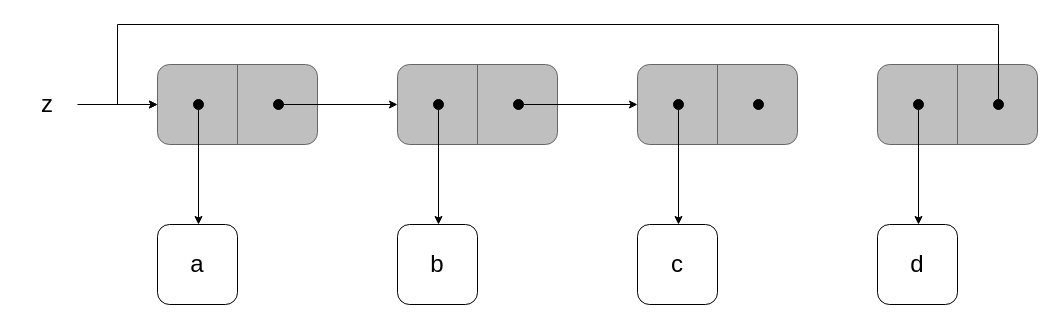
renatofq/sicp-exercises keeps this draw.io diagram as scratch/3_13-boxes.drawio. Above is the earlier version. Source tidied: cells renumbered, new cells numbered last; positions are measured from the earlier drawing's top-left corner, leaving out a move shared by most shapes. Both pictures are drawn from the tidied source at 100%, with x=0, y=0 at pixel (17, 24).
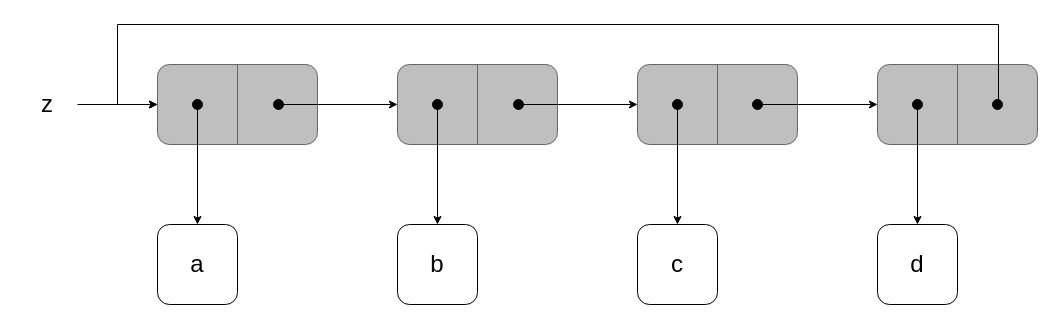
After the change.

Commit message (it also covers changes not shown here):
fix missing arrow at 3.13

The change refers to these unchanged cells:
```xml
<mxCell id="2" style="group;" parent="1" vertex="1">
  <mxGeometry x="140" y="40" width="160" height="80" as="geometry" />
</mxCell>
<mxCell id="9" style="rounded=1;whiteSpace=wrap;html=1;" parent="8" vertex="1">
  <mxGeometry width="80" height="80" as="geometry" />
</mxCell>
<mxCell id="15" style="rounded=1;whiteSpace=wrap;html=1;" parent="14" vertex="1">
  <mxGeometry width="80" height="80" as="geometry" />
</mxCell>
<mxCell id="17" style="group;" parent="1" vertex="1">
  <mxGeometry x="620" y="40" width="160" height="80" as="geometry" />
</mxCell>
<mxCell id="24" style="rounded=1;whiteSpace=wrap;html=1;" parent="23" vertex="1">
  <mxGeometry width="80" height="80" as="geometry" />
</mxCell>
<mxCell id="27" style="rounded=1;whiteSpace=wrap;html=1;" parent="26" vertex="1">
  <mxGeometry width="80" height="80" as="geometry" />
</mxCell>
<mxCell id="29" style="group;" parent="1" vertex="1">
  <mxGeometry x="380" y="40" width="160" height="80" as="geometry" />
</mxCell>
<mxCell id="36" style="group;" parent="1" vertex="1">
  <mxGeometry x="860" y="40" width="160" height="80" as="geometry" />
</mxCell>
<mxCell id="37" style="rounded=1;whiteSpace=wrap;html=1;fillColor=#BFBFBF;fontColor=#333333;strokeColor=#666666;" parent="36" vertex="1">
  <mxGeometry width="160" height="80" as="geometry" />
</mxCell>
```

Diff of the diagram source:
```diff
@@
-    <mxCell id="5" style="edgeStyle=orthogonalEdgeStyle;rounded=0;jettySize=auto;html=1;" parent="2" edge="1" source="6">
-      <mxGeometry relative="1" as="geometry">
-        <mxPoint x="41" y="160" as="targetPoint" />
-      </mxGeometry>
-    </mxCell>
     <mxCell id="6" style="ellipse;whiteSpace=wrap;html=1;fillColor=#000000;" parent="2" vertex="1">
-      <mxGeometry x="36" y="35" width="10" height="10" as="geometry" />
+      <mxGeometry x="35" y="35" width="10" height="10" as="geometry" />
     </mxCell>
@@
-    <mxCell id="20" style="edgeStyle=orthogonalEdgeStyle;rounded=0;jettySize=auto;html=1;" parent="17" edge="1" source="21">
-      <mxGeometry relative="1" as="geometry">
-        <mxPoint x="41" y="160" as="targetPoint" />
-      </mxGeometry>
-    </mxCell>
     <mxCell id="21" style="ellipse;whiteSpace=wrap;html=1;fillColor=#000000;" parent="17" vertex="1">
-      <mxGeometry x="36" y="35" width="10" height="10" as="geometry" />
+      <mxGeometry x="35" y="35" width="10" height="10" as="geometry" />
     </mxCell>
     <mxCell id="22" style="ellipse;whiteSpace=wrap;html=1;fillColor=#000000;" parent="17" vertex="1">
-      <mxGeometry x="116" y="35" width="10" height="10" as="geometry" />
+      <mxGeometry x="115" y="35" width="10" height="10" as="geometry" />
     </mxCell>
@@
-    <mxCell id="32" style="edgeStyle=orthogonalEdgeStyle;rounded=0;jettySize=auto;html=1;" parent="29" edge="1" source="33">
-      <mxGeometry relative="1" as="geometry">
-        <mxPoint x="41" y="160" as="targetPoint" />
-      </mxGeometry>
-    </mxCell>
     <mxCell id="33" style="ellipse;whiteSpace=wrap;html=1;fillColor=#000000;" parent="29" vertex="1">
-      <mxGeometry x="36" y="35" width="10" height="10" as="geometry" />
+      <mxGeometry x="35" y="35" width="10" height="10" as="geometry" />
     </mxCell>
@@
-    <mxCell id="39" style="edgeStyle=orthogonalEdgeStyle;rounded=0;jettySize=auto;html=1;" parent="36" edge="1" source="40">
-      <mxGeometry relative="1" as="geometry">
-        <mxPoint x="41" y="160" as="targetPoint" />
-      </mxGeometry>
-    </mxCell>
     <mxCell id="40" style="ellipse;whiteSpace=wrap;html=1;fillColor=#000000;" parent="36" vertex="1">
-      <mxGeometry x="36" y="35" width="10" height="10" as="geometry" />
+      <mxGeometry x="35" y="35" width="10" height="10" as="geometry" />
     </mxCell>
     <mxCell id="41" style="ellipse;whiteSpace=wrap;html=1;fillColor=#000000;" parent="36" vertex="1">
-      <mxGeometry x="116" y="35" width="10" height="10" as="geometry" />
+      <mxGeometry x="115" y="35" width="10" height="10" as="geometry" />
     </mxCell>
@@
+    <mxCell id="43" style="edgeStyle=orthogonalEdgeStyle;rounded=0;jettySize=auto;html=1;entryX=0.5;entryY=0;entryDx=0;entryDy=0;" parent="1" edge="1" source="6" target="9">
+      <mxGeometry relative="1" as="geometry" />
+    </mxCell>
+    <mxCell id="44" style="edgeStyle=orthogonalEdgeStyle;rounded=0;jettySize=auto;html=1;entryX=0.5;entryY=0;entryDx=0;entryDy=0;" parent="1" edge="1" source="33" target="15">
+      <mxGeometry relative="1" as="geometry" />
+    </mxCell>
+    <mxCell id="45" style="edgeStyle=orthogonalEdgeStyle;rounded=0;jettySize=auto;html=1;entryX=0.5;entryY=0;entryDx=0;entryDy=0;" parent="1" edge="1" source="21" target="24">
+      <mxGeometry relative="1" as="geometry" />
+    </mxCell>
+    <mxCell id="46" style="edgeStyle=orthogonalEdgeStyle;rounded=0;jettySize=auto;html=1;entryX=0.5;entryY=0;entryDx=0;entryDy=0;" parent="1" edge="1" source="40" target="27">
+      <mxGeometry relative="1" as="geometry" />
+    </mxCell>
+    <mxCell id="47" style="edgeStyle=orthogonalEdgeStyle;rounded=0;jettySize=auto;html=1;entryX=0;entryY=0.5;entryDx=0;entryDy=0;" parent="1" edge="1" source="22" target="37">
+      <mxGeometry relative="1" as="geometry" />
+    </mxCell>
```
